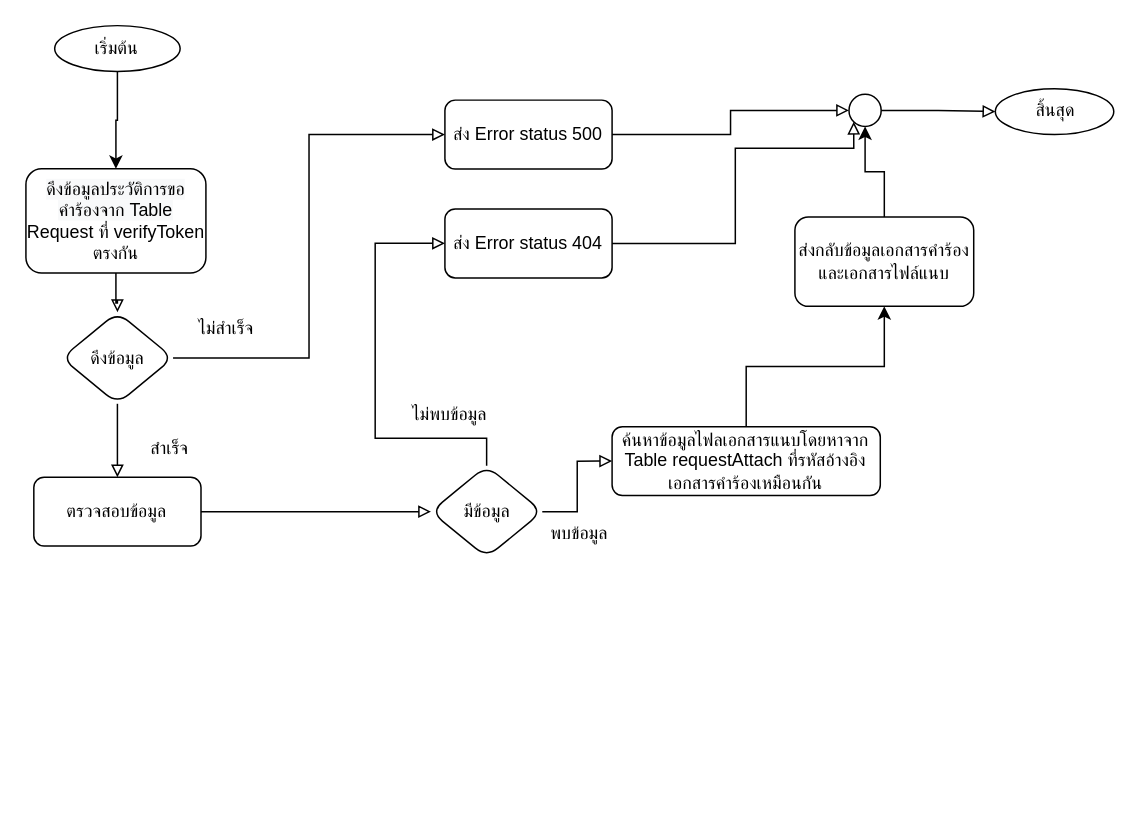
Above: getHistoryRequest.drawio in charifrodmanee/charifrodmanee (draw.io), before the change. Source tidied: cells renumbered, new cells numbered last; positions are measured from the earlier drawing's top-left corner, leaving out a move shared by most shapes. Both pictures are drawn from the tidied source at 149%, with x=0, y=0 at pixel (25, 25).
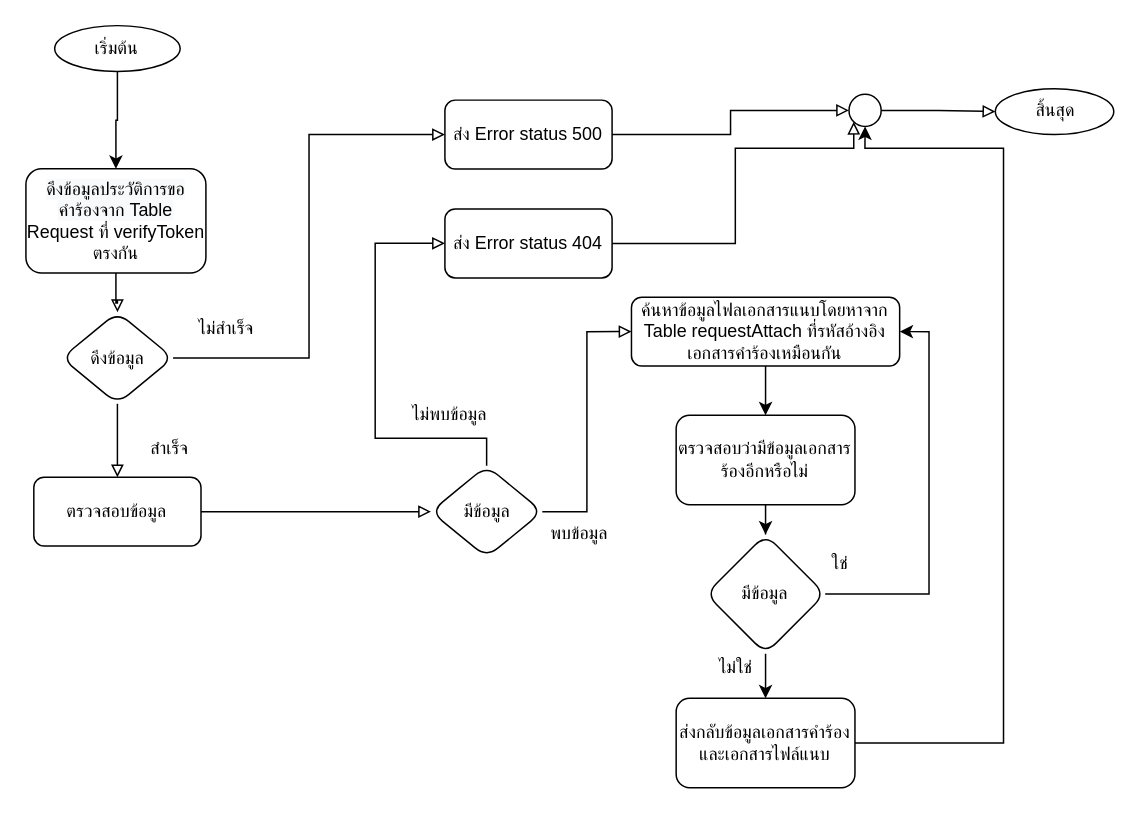
The same diagram, later.

The change refers to these unchanged cells:
```xml
<mxCell id="22" style="ellipse;whiteSpace=wrap;html=1;" parent="1" vertex="1">
  <mxGeometry x="552.3" y="45.8" width="21.6" height="21.6" as="geometry" />
</mxCell>
```

What changed in the source:
```diff
@@
+    <mxCell id="26" style="edgeStyle=orthogonalEdgeStyle;rounded=0;jettySize=auto;html=1;" parent="1" edge="1" source="27" target="22">
+      <mxGeometry relative="1" as="geometry">
+        <Array as="points">
+          <mxPoint x="656" y="481" />
+          <mxPoint x="656" y="82" />
+          <mxPoint x="563" y="82" />
+        </Array>
+      </mxGeometry>
+    </mxCell>
+    <mxCell id="29" style="group;" parent="1" vertex="1">
+      <mxGeometry x="406.3" y="182" width="199.7" height="329.2" as="geometry" />
+    </mxCell>
-    <mxCell id="25" value="ค้นหาข้อมูลไฟลเอกสารแนบโดยหาจาก Table requestAttach ที่รหัสอ้างอิงเอกสารคำร้องเหมือนกัน" style="whiteSpace=wrap;html=1;rounded=1;" parent="1" vertex="1">
-      <mxGeometry x="393.3" y="268.9" width="180" height="46.1" as="geometry" />
+    <mxCell id="25" value="ค้นหาข้อมูลไฟลเอกสารแนบโดยหาจาก Table requestAttach ที่รหัสอ้างอิงเอกสารคำร้องเหมือนกัน" style="whiteSpace=wrap;html=1;rounded=1;" parent="29" vertex="1">
+      <mxGeometry width="180" height="46.1" as="geometry" />
     </mxCell>
-    <mxCell id="26" style="edgeStyle=orthogonalEdgeStyle;rounded=0;jettySize=auto;html=1;" parent="1" edge="1" source="27" target="22">
-      <mxGeometry relative="1" as="geometry" />
-    </mxCell>
-    <mxCell id="27" value="ส่งกลับข้อมูลเอกสารคำร้องและเอกสารไฟล์แนบ" style="whiteSpace=wrap;html=1;rounded=1;" parent="1" vertex="1">
-      <mxGeometry x="516" y="128.1" width="120" height="60" as="geometry" />
+    <mxCell id="27" value="ส่งกลับข้อมูลเอกสารคำร้องและเอกสารไฟล์แนบ" style="whiteSpace=wrap;html=1;rounded=1;" parent="29" vertex="1">
+      <mxGeometry x="30" y="269.2" width="120" height="60" as="geometry" />
     </mxCell>
-    <mxCell id="28" style="edgeStyle=orthogonalEdgeStyle;rounded=0;jettySize=auto;html=1;" parent="1" edge="1" source="25" target="27">
-      <mxGeometry relative="1" as="geometry" />
-    </mxCell>
+    <mxCell id="30" value="ตรวจสอบว่ามีข้อมูลเอกสารร้องอีกหรือไม่" style="whiteSpace=wrap;html=1;rounded=1;" parent="29" vertex="1">
+      <mxGeometry x="30" y="79.2" width="120" height="60" as="geometry" />
+    </mxCell>
+    <mxCell id="31" style="edgeStyle=orthogonalEdgeStyle;rounded=0;jettySize=auto;html=1;" parent="29" edge="1" source="25" target="30">
+      <mxGeometry relative="1" as="geometry" />
+    </mxCell>
+    <mxCell id="32" style="edgeStyle=orthogonalEdgeStyle;rounded=0;jettySize=auto;html=1;" parent="29" edge="1" source="34" target="27">
+      <mxGeometry relative="1" as="geometry" />
+    </mxCell>
+    <mxCell id="33" style="edgeStyle=orthogonalEdgeStyle;rounded=0;jettySize=auto;html=1;entryX=1;entryY=0.5;entryDx=0;entryDy=0;" parent="29" edge="1" source="34" target="25">
+      <mxGeometry relative="1" as="geometry">
+        <Array as="points">
+          <mxPoint x="199.7" y="199.2" />
+          <mxPoint x="199.7" y="23.2" />
+        </Array>
+      </mxGeometry>
+    </mxCell>
+    <mxCell id="34" value="มีข้อมูล" style="rhombus;whiteSpace=wrap;html=1;rounded=1;" parent="29" vertex="1">
+      <mxGeometry x="50" y="159.2" width="80" height="80" as="geometry" />
+    </mxCell>
+    <mxCell id="35" style="edgeStyle=orthogonalEdgeStyle;rounded=0;jettySize=auto;html=1;" parent="29" edge="1" source="30" target="34">
+      <mxGeometry relative="1" as="geometry" />
+    </mxCell>
+    <mxCell id="36" value="ไม่ใช่" style="text;html=1;align=center;verticalAlign=middle;strokeColor=none;fillColor=none;" parent="29" vertex="1">
+      <mxGeometry x="44.7" y="234.2" width="50" height="30" as="geometry" />
+    </mxCell>
+    <mxCell id="37" value="ใช่" style="text;html=1;align=center;verticalAlign=middle;strokeColor=none;fillColor=none;" parent="29" vertex="1">
+      <mxGeometry x="119.7" y="164.2" width="40" height="30" as="geometry" />
+    </mxCell>
```
